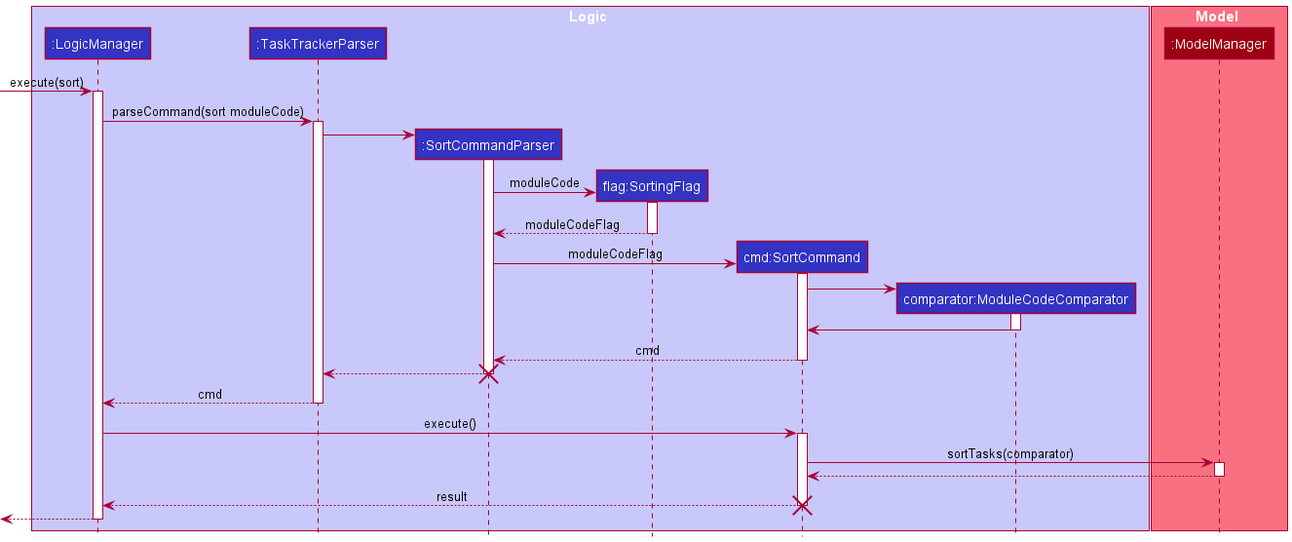
The PlantUML diagram docs/images/SortSequenceDiagram.png in nus-cs2103-AY2021S2/tp, before a commit.
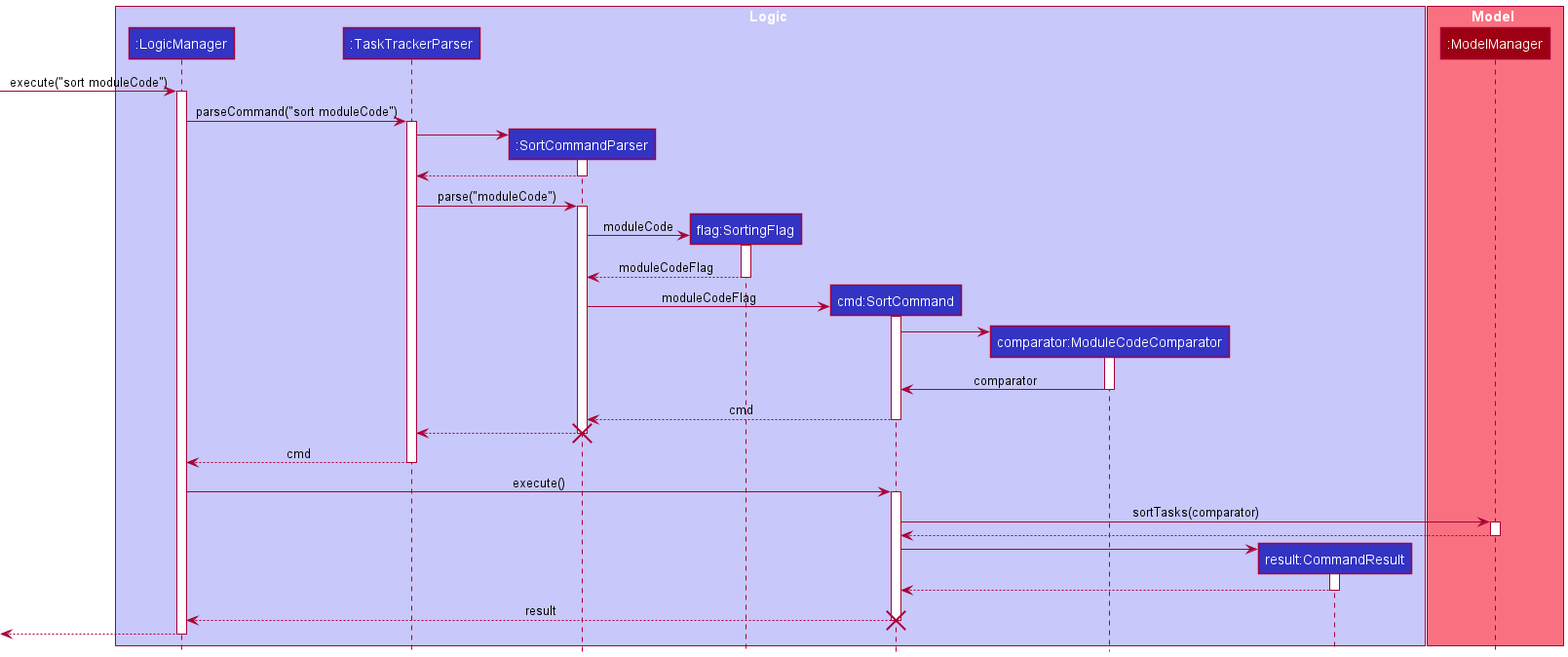
After the commit.

Commit message:
update logic api sequence diagram

The edit, as a diff of the source:
```diff
@@ -8,19 +8,26 @@
 participant "flag:SortingFlag" as SortingFlag LOGIC_COLOR
 participant "cmd:SortCommand" as SortCommand LOGIC_COLOR
 participant "comparator:ModuleCodeComparator" as ModuleCodeComparator LOGIC_COLOR
+participant "result:CommandResult" as CommandResult LOGIC_COLOR
 end box
 
 box Model MODEL_COLOR_T1
 participant ":ModelManager" as ModelManager MODEL_COLOR
 end box
-[-> LogicManager : execute(sort)
+[-> LogicManager : execute("sort moduleCode")
 activate LogicManager
 
-LogicManager -> TaskTrackerParser : parseCommand(sort moduleCode)
+LogicManager -> TaskTrackerParser : parseCommand("sort moduleCode")
 activate TaskTrackerParser
 
 create SortCommandParser
 TaskTrackerParser -> SortCommandParser
+activate SortCommandParser
+
+SortCommandParser --> TaskTrackerParser
+deactivate SortCommandParser
+
+TaskTrackerParser -> SortCommandParser : parse("moduleCode")
 activate SortCommandParser
 create SortingFlag
 SortCommandParser -> SortingFlag : moduleCode
@@ -34,7 +41,7 @@
 create ModuleCodeComparator
 SortCommand -> ModuleCodeComparator
 activate ModuleCodeComparator
-ModuleCodeComparator -> SortCommand
+ModuleCodeComparator -> SortCommand : comparator
 deactivate ModuleCodeComparator
 SortCommand --> SortCommandParser : cmd
 deactivate SortCommand
@@ -49,9 +56,16 @@
 
 SortCommand -> ModelManager : sortTasks(comparator)
 activate ModelManager
-
 ModelManager --> SortCommand
 deactivate ModelManager
+
+create CommandResult
+SortCommand -> CommandResult
+activate CommandResult
+
+CommandResult --> SortCommand
+deactivate CommandResult
+
 SortCommand --> LogicManager : result
 destroy SortCommand
 
```
